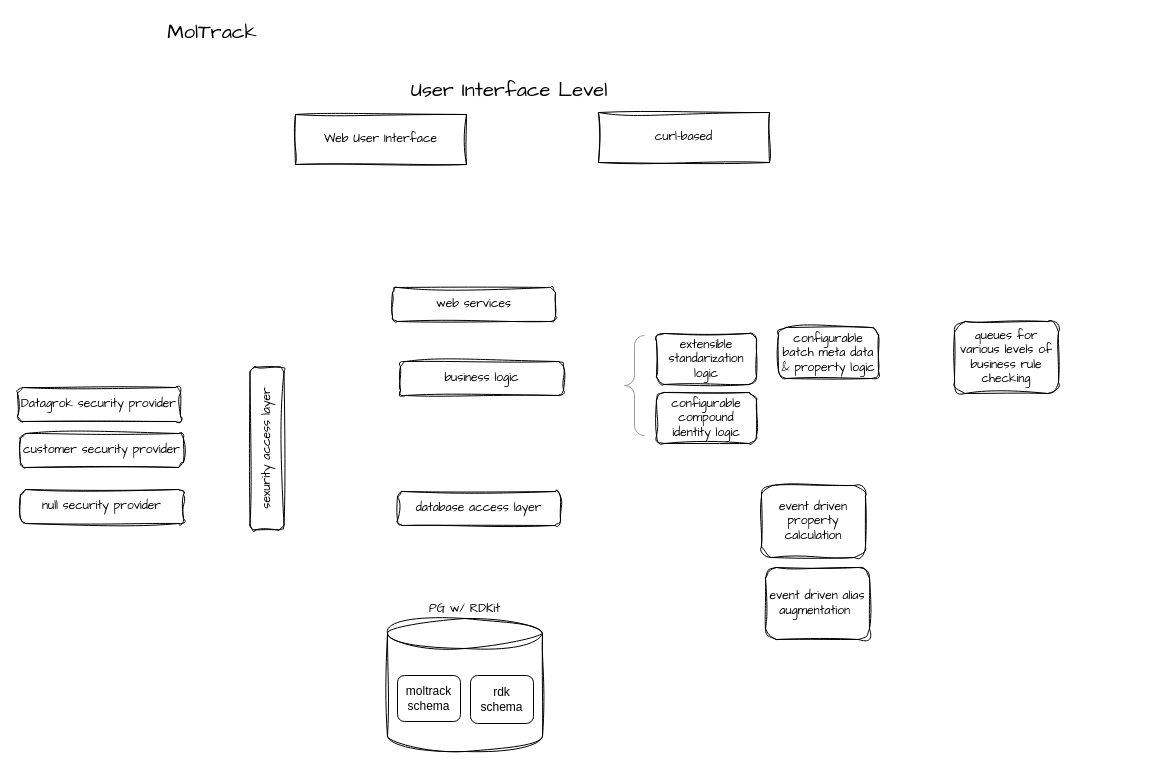
The draw.io diagram page "Architecture" (2 of 4) of moltrack.drawio in datagrok-ai/mol-track, before the edit. Source tidied: cells renumbered, new cells numbered last; positions are measured from the earlier drawing's top-left corner, leaving out a move shared by most shapes. Both pictures are drawn from the tidied source at 100%, with x=0, y=0 at pixel (17, 17).
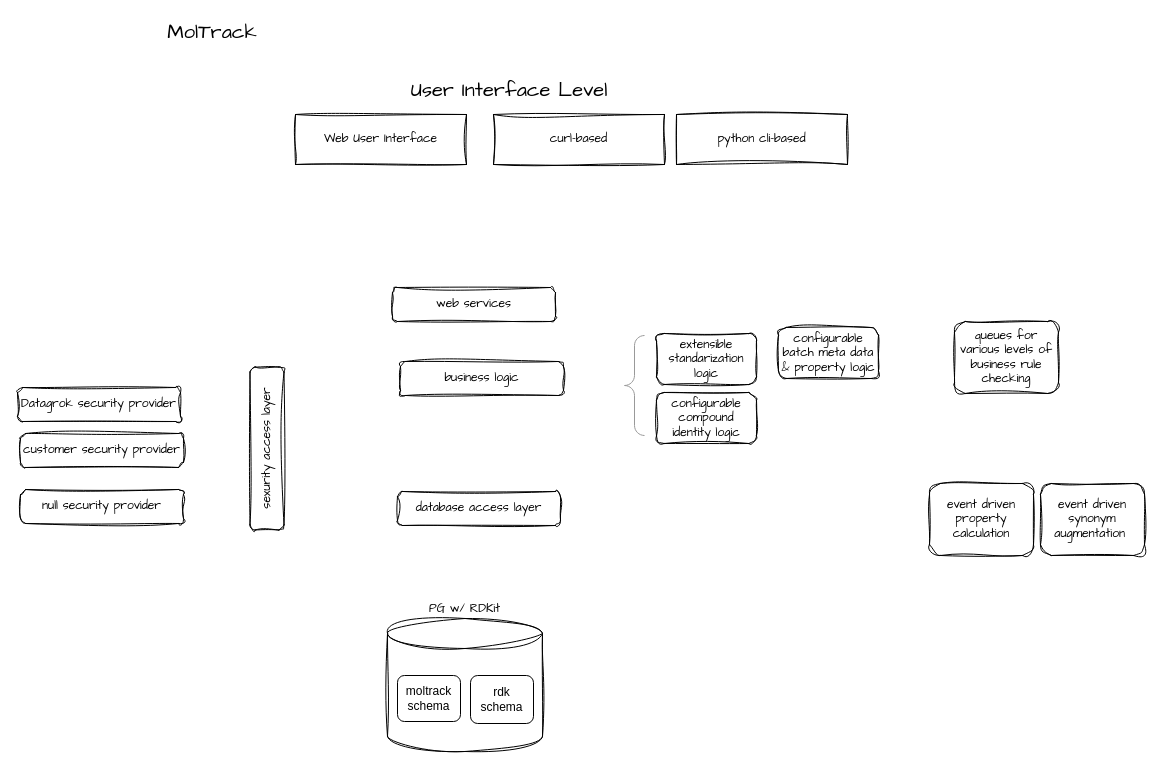
After the change.

Diff of the diagram source:
```diff
@@
     <mxCell id="6" value="curl-based" style="rounded=0;whiteSpace=wrap;html=1;sketch=1;hachureGap=4;jiggle=2;curveFitting=1;fontFamily=Architects Daughter;" parent="1" vertex="1">
-      <mxGeometry x="581" y="95" width="171" height="50" as="geometry" />
+      <mxGeometry x="476" y="97" width="171" height="50" as="geometry" />
     </mxCell>
@@
     <mxCell id="20" value="event driven property calculation" style="rounded=1;whiteSpace=wrap;html=1;sketch=1;hachureGap=4;jiggle=2;curveFitting=1;fontFamily=Architects Daughter;" parent="1" vertex="1">
-      <mxGeometry x="744" y="468" width="104" height="72" as="geometry" />
+      <mxGeometry x="912" y="466" width="104" height="72" as="geometry" />
     </mxCell>
-    <mxCell id="21" value="event driven alias augmentation&amp;nbsp;" style="rounded=1;whiteSpace=wrap;html=1;sketch=1;hachureGap=4;jiggle=2;curveFitting=1;fontFamily=Architects Daughter;" parent="1" vertex="1">
-      <mxGeometry x="748" y="550" width="104" height="72" as="geometry" />
+    <mxCell id="21" value="event driven synonym augmentation&amp;nbsp;" style="rounded=1;whiteSpace=wrap;html=1;sketch=1;hachureGap=4;jiggle=2;curveFitting=1;fontFamily=Architects Daughter;" parent="1" vertex="1">
+      <mxGeometry x="1023" y="466" width="104" height="72" as="geometry" />
     </mxCell>
@@
+    <mxCell id="23" value="python cli-based" style="rounded=0;whiteSpace=wrap;html=1;sketch=1;hachureGap=4;jiggle=2;curveFitting=1;fontFamily=Architects Daughter;" parent="1" vertex="1">
+      <mxGeometry x="659" y="97" width="171" height="50" as="geometry" />
+    </mxCell>
```
